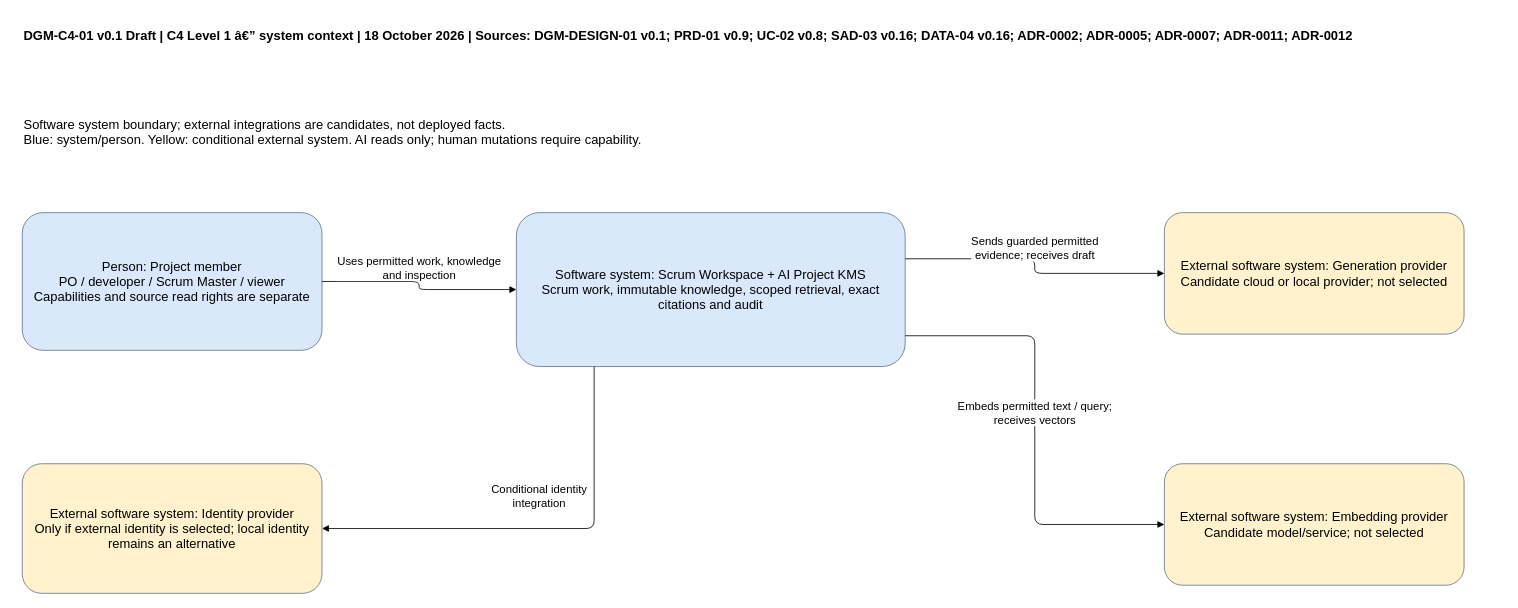
Before: docs/sdlc/diagrams/c4/system-context.drawio in 900M100CK/scrum-workspace-KMS-ai, a draw.io diagram. Source tidied: cells renumbered, new cells numbered last; positions are measured from the earlier drawing's top-left corner, leaving out a move shared by most shapes. Both pictures are drawn from the tidied source at 81%, with x=0, y=0 at pixel (14, 14).
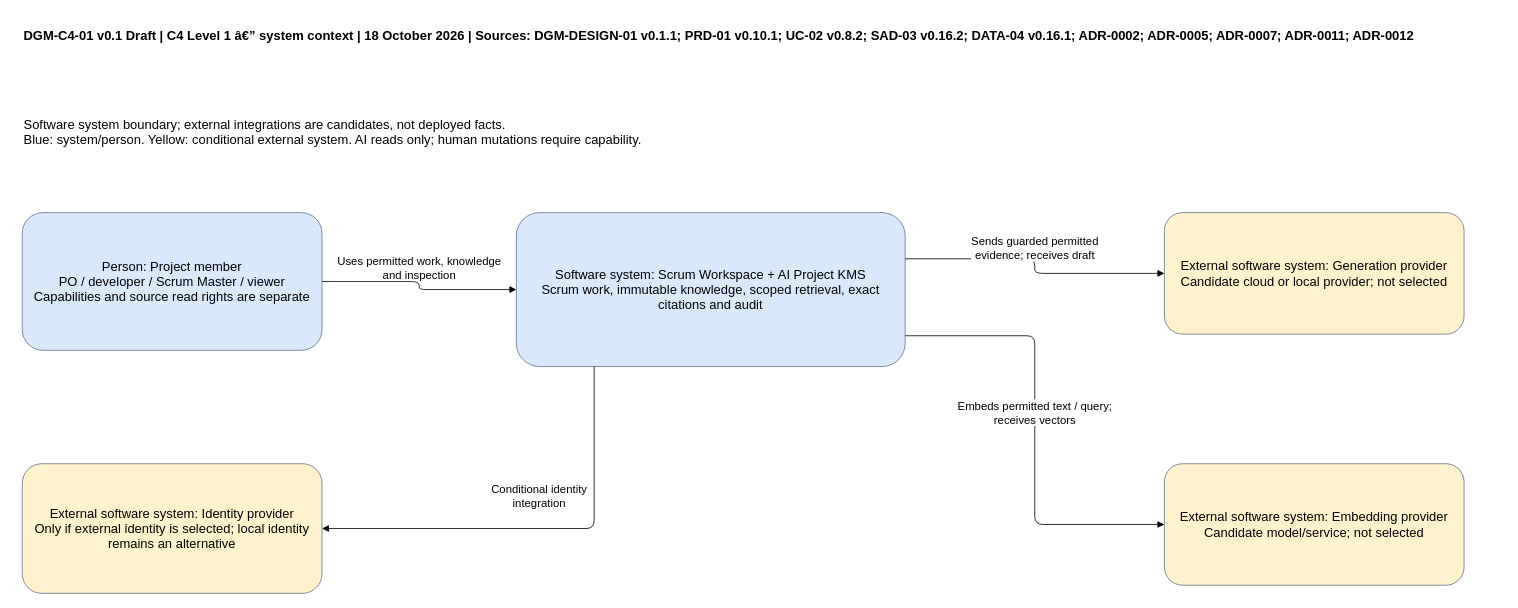
After the change.

What changed in the source:
```diff
@@
 <mxGraphModel>
   <root>
     <mxCell id="0" />
     <mxCell id="1" parent="0" />
     <mxCell id="2" value="Person: Project member&lt;br/&gt;PO / developer / Scrum Master / viewer&lt;br/&gt;Capabilities and source read rights are separate" style="rounded=1;fillColor=#dae8fc;strokeColor=#64748b;whiteSpace=wrap;html=1;fontSize=16;spacing=12;" parent="1" vertex="1">
       <mxGeometry x="10" y="245" width="370" height="170" as="geometry" />
     </mxCell>
     <mxCell id="3" value="Software system: Scrum Workspace + AI Project KMS&lt;br/&gt;Scrum work, immutable knowledge, scoped retrieval, exact citations and audit" style="rounded=1;fillColor=#dae8fc;strokeColor=#64748b;whiteSpace=wrap;html=1;fontSize=16;spacing=12;" parent="1" vertex="1">
       <mxGeometry x="620" y="245" width="480" height="190" as="geometry" />
     </mxCell>
     <mxCell id="4" value="External software system: Generation provider&lt;br/&gt;Candidate cloud or local provider; not selected" style="rounded=1;fillColor=#fff2cc;strokeColor=#64748b;whiteSpace=wrap;html=1;fontSize=16;spacing=12;" parent="1" vertex="1">
       <mxGeometry x="1420" y="245" width="370" height="150" as="geometry" />
     </mxCell>
     <mxCell id="5" value="External software system: Embedding provider&lt;br/&gt;Candidate model/service; not selected" style="rounded=1;fillColor=#fff2cc;strokeColor=#64748b;whiteSpace=wrap;html=1;fontSize=16;spacing=12;" parent="1" vertex="1">
       <mxGeometry x="1420" y="555" width="370" height="150" as="geometry" />
     </mxCell>
     <mxCell id="6" value="External software system: Identity provider&lt;br/&gt;Only if external identity is selected; local identity remains an alternative" style="rounded=1;fillColor=#fff2cc;strokeColor=#64748b;whiteSpace=wrap;html=1;fontSize=16;spacing=12;" parent="1" vertex="1">
       <mxGeometry x="10" y="555" width="370" height="160" as="geometry" />
     </mxCell>
     <mxCell id="7" value="Uses permitted work, knowledge&lt;br/&gt;and inspection" style="edgeStyle=none;rounded=1;jettySize=auto;html=1;fontSize=14;labelBackgroundColor=#ffffff;endArrow=block;edgeStyle=orthogonalEdgeStyle;exitX=1;exitY=0.5;entryX=0;entryY=0.5;exitPerimeter=0;entryPerimeter=0;" parent="1" edge="1" source="2" target="3">
       <mxGeometry relative="1" as="geometry">
         <mxPoint y="-22" as="offset" />
       </mxGeometry>
     </mxCell>
     <mxCell id="8" value="Sends guarded permitted&lt;br/&gt;evidence; receives draft" style="edgeStyle=none;rounded=1;jettySize=auto;html=1;fontSize=14;labelBackgroundColor=#ffffff;endArrow=block;edgeStyle=orthogonalEdgeStyle;exitX=1;exitY=0.3;entryX=0;entryY=0.5;exitPerimeter=0;entryPerimeter=0;" parent="1" edge="1" source="3" target="4">
       <mxGeometry relative="1" as="geometry">
         <mxPoint y="-22" as="offset" />
       </mxGeometry>
     </mxCell>
     <mxCell id="9" value="Embeds permitted text / query;&lt;br/&gt;receives vectors" style="edgeStyle=none;rounded=1;jettySize=auto;html=1;fontSize=14;labelBackgroundColor=#ffffff;endArrow=block;edgeStyle=orthogonalEdgeStyle;exitX=1;exitY=0.8;entryX=0;entryY=0.5;exitPerimeter=0;entryPerimeter=0;" parent="1" edge="1" source="3" target="5">
       <mxGeometry relative="1" as="geometry">
         <Array as="points">
           <mxPoint x="1260" y="397" />
           <mxPoint x="1260" y="630" />
         </Array>
         <mxPoint y="-22" as="offset" />
       </mxGeometry>
     </mxCell>
     <mxCell id="10" value="Conditional identity&lt;br/&gt;integration" style="edgeStyle=none;rounded=1;jettySize=auto;html=1;fontSize=14;labelBackgroundColor=#ffffff;endArrow=block;edgeStyle=orthogonalEdgeStyle;exitX=0.2;exitY=1;entryX=1;entryY=0.5;exitPerimeter=0;entryPerimeter=0;" parent="1" edge="1" source="3" target="6">
       <mxGeometry relative="1" as="geometry">
         <Array as="points">
           <mxPoint x="716" y="635" />
         </Array>
         <mxPoint y="-40" as="offset" />
       </mxGeometry>
     </mxCell>
-    <mxCell id="11" value="DGM-C4-01 v0.1 Draft | C4 Level 1 â€” system context | 18 October 2026 | Sources: DGM-DESIGN-01 v0.1; PRD-01 v0.9; UC-02 v0.8; SAD-03 v0.16; DATA-04 v0.16; ADR-0002; ADR-0005; ADR-0007; ADR-0011; ADR-0012" style="text;align=left;fontStyle=1;whiteSpace=wrap;html=1;fontSize=16;spacing=12;" parent="1" vertex="1">
+    <mxCell id="11" value="DGM-C4-01 v0.1 Draft | C4 Level 1 â€” system context | 18 October 2026 | Sources: DGM-DESIGN-01 v0.1.1; PRD-01 v0.10.1; UC-02 v0.8.2; SAD-03 v0.16.2; DATA-04 v0.16.1; ADR-0002; ADR-0005; ADR-0007; ADR-0011; ADR-0012" style="text;align=left;fontStyle=1;whiteSpace=wrap;html=1;fontSize=16;spacing=12;" parent="1" vertex="1">
       <mxGeometry width="1840" height="105" as="geometry" />
     </mxCell>
     <mxCell id="12" value="Software system boundary; external integrations are candidates, not deployed facts.&lt;br/&gt;Blue: system/person. Yellow: conditional external system. AI reads only; human mutations require capability." style="text;align=left;whiteSpace=wrap;html=1;fontSize=16;spacing=12;" parent="1" vertex="1">
       <mxGeometry y="110" width="1840" height="75" as="geometry" />
     </mxCell>
   </root>
 </mxGraphModel>
```
